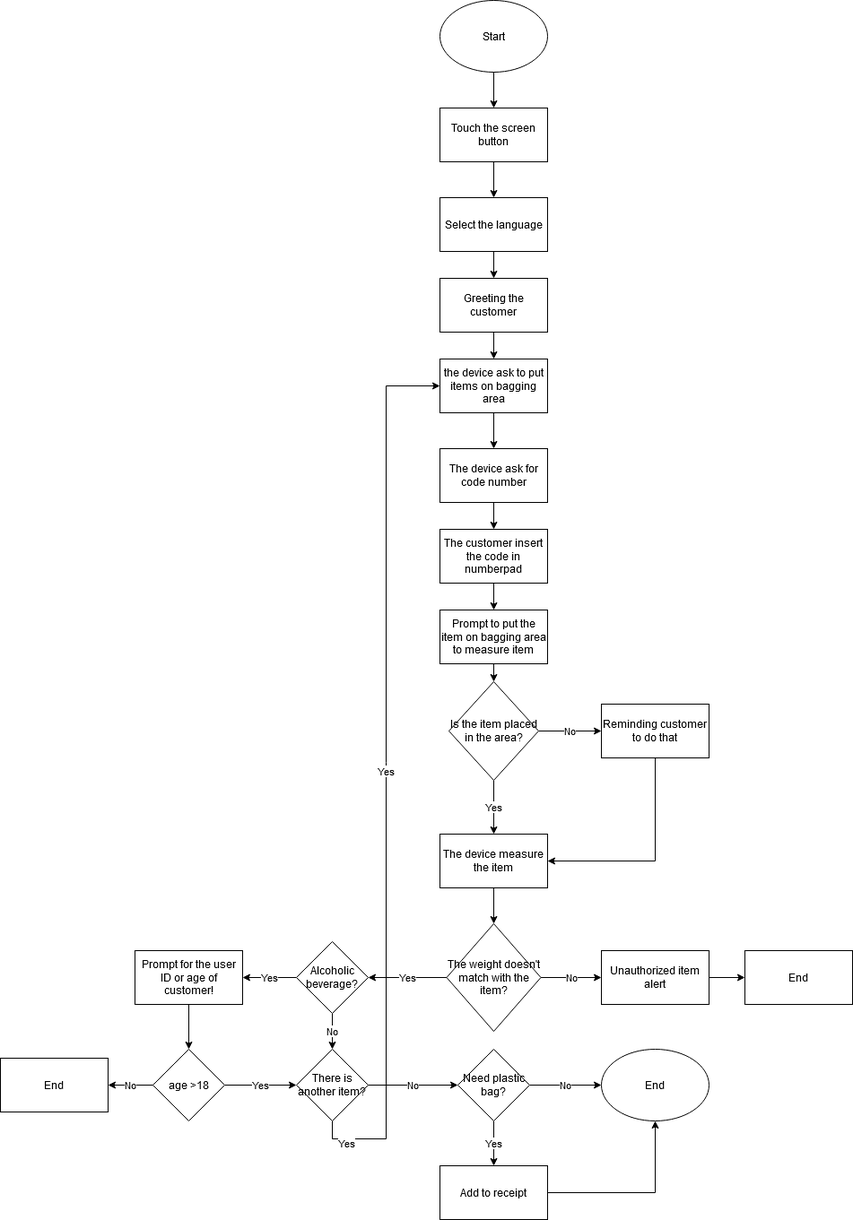
nasimkhd/Flowchart keeps this draw.io diagram as Self_Checkout.png. Above is the earlier version. Source tidied: cells renumbered, new cells last; positions are measured from the earlier drawing's top-left corner, leaving out a move shared by most shapes.
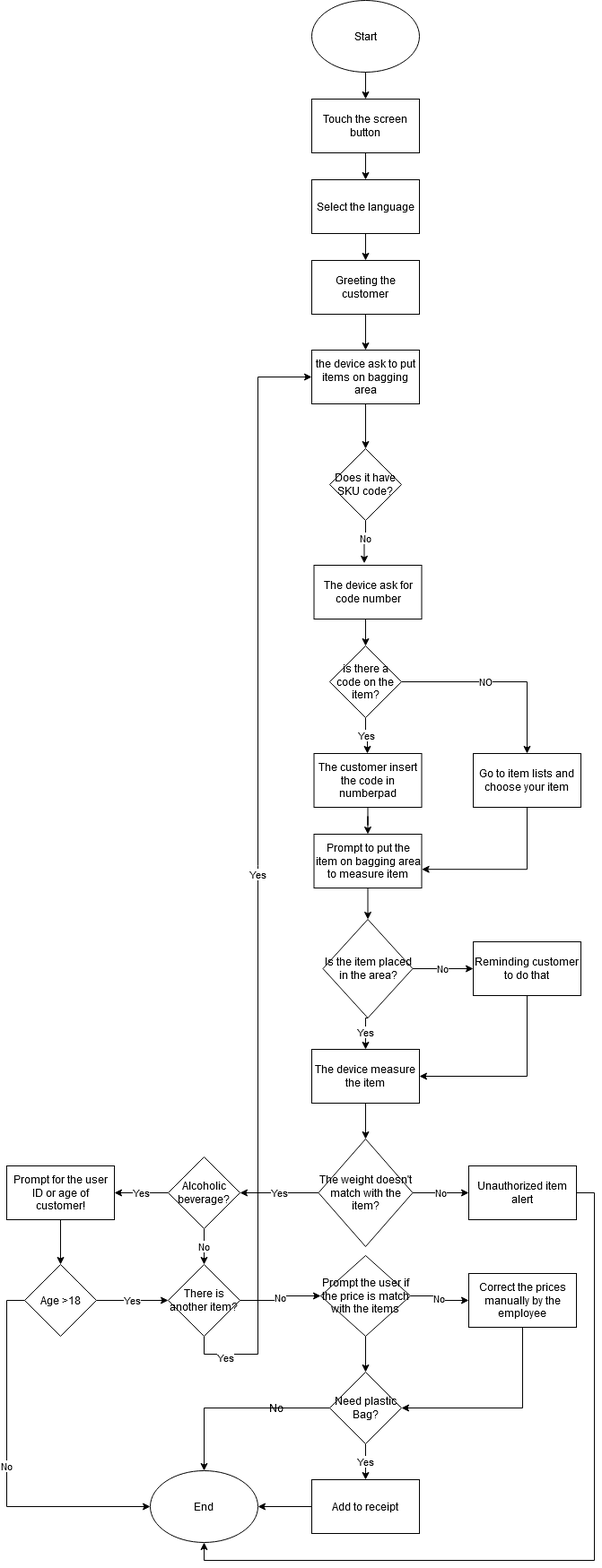
Above is the later version.

Change to the diagram source:
```diff
@@ -3,13 +3,13 @@
     <mxCell id="0" />
     <mxCell id="1" parent="0" />
     <mxCell id="2" value="Start" style="ellipse;whiteSpace=wrap;html=1;" parent="1" vertex="1">
-      <mxGeometry x="490" width="120" height="80" as="geometry" />
+      <mxGeometry x="490" y="-240" width="120" height="80" as="geometry" />
     </mxCell>
     <mxCell id="3" style="edgeStyle=orthogonalEdgeStyle;rounded=0;jettySize=auto;html=1;exitX=0.5;exitY=1;exitDx=0;exitDy=0;" parent="1" edge="1" source="4" target="7">
       <mxGeometry relative="1" as="geometry" />
     </mxCell>
     <mxCell id="4" value="Touch the screen button" style="rounded=0;whiteSpace=wrap;html=1;" parent="1" vertex="1">
-      <mxGeometry x="490" y="120" width="120" height="60" as="geometry" />
+      <mxGeometry x="490" y="-130" width="120" height="60" as="geometry" />
     </mxCell>
     <mxCell id="5" style="endArrow=classic;html=1;exitX=0.5;exitY=1;exitDx=0;exitDy=0;entryX=0.5;entryY=0;entryDx=0;entryDy=0;" parent="1" edge="1" source="2" target="4">
       <mxGeometry relative="1" as="geometry" />
@@ -18,31 +18,31 @@
       <mxGeometry relative="1" as="geometry" />
     </mxCell>
     <mxCell id="7" value="Select the language" style="rounded=0;whiteSpace=wrap;html=1;" parent="1" vertex="1">
-      <mxGeometry x="490" y="220" width="120" height="60" as="geometry" />
+      <mxGeometry x="490" y="-40" width="120" height="60" as="geometry" />
     </mxCell>
     <mxCell id="8" style="edgeStyle=orthogonalEdgeStyle;rounded=0;jettySize=auto;html=1;exitX=0.5;exitY=1;exitDx=0;exitDy=0;" parent="1" edge="1" source="9" target="11">
       <mxGeometry relative="1" as="geometry" />
     </mxCell>
     <mxCell id="9" value="Greeting the customer" style="rounded=0;whiteSpace=wrap;html=1;" parent="1" vertex="1">
-      <mxGeometry x="490" y="310" width="120" height="60" as="geometry" />
+      <mxGeometry x="490" y="50" width="120" height="60" as="geometry" />
     </mxCell>
-    <mxCell id="10" style="edgeStyle=orthogonalEdgeStyle;rounded=0;jettySize=auto;html=1;exitX=0.5;exitY=1;exitDx=0;exitDy=0;" parent="1" edge="1" source="11" target="13">
-      <mxGeometry relative="1" as="geometry" />
-    </mxCell>
+    <mxCell id="50" style="edgeStyle=orthogonalEdgeStyle;rounded=0;jettySize=auto;html=1;exitX=0.5;exitY=1;exitDx=0;exitDy=0;entryX=0.5;entryY=0;entryDx=0;entryDy=0;" parent="1" edge="1" source="11" target="56">
+      <mxGeometry relative="1" as="geometry" />
+    </mxCell>
     <mxCell id="11" value="the device ask to put items on bagging area" style="rounded=0;whiteSpace=wrap;html=1;" parent="1" vertex="1">
-      <mxGeometry x="490" y="400" width="120" height="60" as="geometry" />
+      <mxGeometry x="490" y="150" width="120" height="60" as="geometry" />
     </mxCell>
-    <mxCell id="12" style="edgeStyle=orthogonalEdgeStyle;rounded=0;jettySize=auto;html=1;exitX=0.5;exitY=1;exitDx=0;exitDy=0;" parent="1" edge="1" source="13" target="15">
-      <mxGeometry relative="1" as="geometry" />
-    </mxCell>
+    <mxCell id="51" style="edgeStyle=orthogonalEdgeStyle;rounded=0;jettySize=auto;html=1;exitX=0.5;exitY=1;exitDx=0;exitDy=0;entryX=0.5;entryY=0;entryDx=0;entryDy=0;" parent="1" edge="1" source="13" target="60">
+      <mxGeometry relative="1" as="geometry" />
+    </mxCell>
     <mxCell id="13" value="The device ask for code number " style="rounded=0;whiteSpace=wrap;html=1;" parent="1" vertex="1">
-      <mxGeometry x="490" y="500" width="120" height="60" as="geometry" />
+      <mxGeometry x="492.5" y="390" width="120" height="60" as="geometry" />
     </mxCell>
     <mxCell id="14" style="edgeStyle=orthogonalEdgeStyle;rounded=0;jettySize=auto;html=1;exitX=0.5;exitY=1;exitDx=0;exitDy=0;" parent="1" edge="1" source="15" target="20">
       <mxGeometry relative="1" as="geometry" />
     </mxCell>
     <mxCell id="15" value="The customer insert the code in numberpad" style="rounded=0;whiteSpace=wrap;html=1;" parent="1" vertex="1">
-      <mxGeometry x="490" y="590" width="120" height="60" as="geometry" />
+      <mxGeometry x="492.5" y="600" width="120" height="60" as="geometry" />
     </mxCell>
     <mxCell id="16" value="No" style="edgeStyle=orthogonalEdgeStyle;rounded=0;jettySize=auto;html=1;exitX=1;exitY=0.5;exitDx=0;exitDy=0;entryX=0;entryY=0.5;entryDx=0;entryDy=0;" parent="1" edge="1" source="18" target="22">
       <mxGeometry relative="1" as="geometry" />
@@ -51,19 +51,19 @@
       <mxGeometry relative="1" as="geometry" />
     </mxCell>
     <mxCell id="18" value="Is the item placed in the area?" style="rhombus;whiteSpace=wrap;html=1;" parent="1" vertex="1">
-      <mxGeometry x="500" y="760" width="100" height="110" as="geometry" />
+      <mxGeometry x="502.5" y="785" width="100" height="110" as="geometry" />
     </mxCell>
     <mxCell id="19" style="edgeStyle=orthogonalEdgeStyle;rounded=0;jettySize=auto;html=1;exitX=0.5;exitY=1;exitDx=0;exitDy=0;entryX=0.5;entryY=0;entryDx=0;entryDy=0;" parent="1" edge="1" source="20" target="18">
       <mxGeometry relative="1" as="geometry" />
     </mxCell>
     <mxCell id="20" value="Prompt to put the item on bagging area to measure item" style="rounded=0;whiteSpace=wrap;html=1;" parent="1" vertex="1">
-      <mxGeometry x="490" y="680" width="120" height="60" as="geometry" />
+      <mxGeometry x="492.5" y="690" width="120" height="60" as="geometry" />
     </mxCell>
     <mxCell id="21" style="edgeStyle=orthogonalEdgeStyle;rounded=0;jettySize=auto;html=1;exitX=0.5;exitY=1;exitDx=0;exitDy=0;entryX=1;entryY=0.5;entryDx=0;entryDy=0;" parent="1" edge="1" source="22" target="24">
       <mxGeometry relative="1" as="geometry" />
     </mxCell>
     <mxCell id="22" value="Reminding customer to do that" style="rounded=0;whiteSpace=wrap;html=1;" parent="1" vertex="1">
-      <mxGeometry x="670" y="785" width="120" height="60" as="geometry" />
+      <mxGeometry x="670" y="810" width="120" height="60" as="geometry" />
     </mxCell>
     <mxCell id="23" style="edgeStyle=orthogonalEdgeStyle;rounded=0;jettySize=auto;html=1;exitX=0.5;exitY=1;exitDx=0;exitDy=0;entryX=0.5;entryY=0;entryDx=0;entryDy=0;" parent="1" edge="1" source="24" target="27">
       <mxGeometry relative="1" as="geometry" />
@@ -80,15 +80,12 @@
     <mxCell id="27" value="The weight doesn't match with the item?" style="rhombus;whiteSpace=wrap;html=1;" parent="1" vertex="1">
       <mxGeometry x="497.5" y="1030" width="105" height="120" as="geometry" />
     </mxCell>
-    <mxCell id="28" style="edgeStyle=orthogonalEdgeStyle;rounded=0;jettySize=auto;html=1;exitX=1;exitY=0.5;exitDx=0;exitDy=0;entryX=0;entryY=0.5;entryDx=0;entryDy=0;" parent="1" edge="1" source="29" target="30">
-      <mxGeometry relative="1" as="geometry" />
-    </mxCell>
+    <mxCell id="52" style="edgeStyle=orthogonalEdgeStyle;rounded=0;jettySize=auto;html=1;exitX=1;exitY=0.5;exitDx=0;exitDy=0;entryX=0.5;entryY=1;entryDx=0;entryDy=0;" parent="1" edge="1" source="29" target="44">
+      <mxGeometry relative="1" as="geometry" />
+    </mxCell>
     <mxCell id="29" value="Unauthorized item alert" style="rounded=0;whiteSpace=wrap;html=1;" parent="1" vertex="1">
-      <mxGeometry x="670" y="1060" width="120" height="60" as="geometry" />
+      <mxGeometry x="665" y="1060" width="120" height="60" as="geometry" />
     </mxCell>
-    <mxCell id="30" value="End" style="rounded=0;whiteSpace=wrap;html=1;" parent="1" vertex="1">
-      <mxGeometry x="830" y="1060" width="120" height="60" as="geometry" />
-    </mxCell>
     <mxCell id="31" value="Yes" style="edgeStyle=orthogonalEdgeStyle;rounded=0;jettySize=auto;html=1;exitX=0;exitY=0.5;exitDx=0;exitDy=0;entryX=1;entryY=0.5;entryDx=0;entryDy=0;" parent="1" edge="1" source="33" target="35">
       <mxGeometry relative="1" as="geometry" />
     </mxCell>
@@ -104,39 +101,35 @@
     <mxCell id="35" value="Prompt for the user ID or age of customer!" style="rounded=0;whiteSpace=wrap;html=1;" parent="1" vertex="1">
       <mxGeometry x="150" y="1060" width="120" height="60" as="geometry" />
     </mxCell>
-    <mxCell id="36" value="No" style="edgeStyle=orthogonalEdgeStyle;rounded=0;jettySize=auto;html=1;exitX=0;exitY=0.5;exitDx=0;exitDy=0;entryX=1;entryY=0.5;entryDx=0;entryDy=0;" parent="1" edge="1" source="38" target="39">
+    <mxCell id="36" value="No" style="edgeStyle=orthogonalEdgeStyle;rounded=0;jettySize=auto;html=1;exitX=0;exitY=0.5;exitDx=0;exitDy=0;entryX=0;entryY=0.5;entryDx=0;entryDy=0;" parent="1" edge="1" source="38" target="44">
       <mxGeometry relative="1" as="geometry" />
     </mxCell>
     <mxCell id="37" value="Yes" style="edgeStyle=orthogonalEdgeStyle;rounded=0;jettySize=auto;html=1;exitX=1;exitY=0.5;exitDx=0;exitDy=0;entryX=0;entryY=0.5;entryDx=0;entryDy=0;" parent="1" edge="1" source="38" target="46">
       <mxGeometry relative="1" as="geometry" />
     </mxCell>
-    <mxCell id="38" value="age &amp;gt;18" style="rhombus;whiteSpace=wrap;html=1;" parent="1" vertex="1">
+    <mxCell id="38" value="Age &amp;gt;18" style="rhombus;whiteSpace=wrap;html=1;" parent="1" vertex="1">
       <mxGeometry x="170" y="1170" width="80" height="80" as="geometry" />
     </mxCell>
-    <mxCell id="39" value="End" style="rounded=0;whiteSpace=wrap;html=1;" parent="1" vertex="1">
-      <mxGeometry y="1180" width="120" height="60" as="geometry" />
-    </mxCell>
-    <mxCell id="40" value="Yes" style="edgeStyle=orthogonalEdgeStyle;rounded=0;jettySize=auto;html=1;exitX=0.5;exitY=1;exitDx=0;exitDy=0;" parent="1" edge="1" source="46">
+    <mxCell id="40" value="Yes" style="edgeStyle=orthogonalEdgeStyle;rounded=0;jettySize=auto;html=1;exitX=0.5;exitY=1;exitDx=0;exitDy=0;entryX=0;entryY=0.5;entryDx=0;entryDy=0;" parent="1" edge="1" source="46" target="11">
       <mxGeometry relative="1" as="geometry">
-        <mxPoint x="490" y="430" as="targetPoint" />
         <Array as="points">
           <mxPoint x="370" y="1270" />
           <mxPoint x="430" y="1270" />
-          <mxPoint x="430" y="430" />
+          <mxPoint x="430" y="180" />
         </Array>
       </mxGeometry>
     </mxCell>
     <mxCell id="41" value="Yes" style="edgeLabel;html=1;align=center;verticalAlign=middle;" parent="40" vertex="1">
       <mxGeometry x="-0.93" y="-4" relative="1" as="geometry" />
     </mxCell>
-    <mxCell id="42" style="edgeStyle=orthogonalEdgeStyle;rounded=0;jettySize=auto;html=1;exitX=1;exitY=0.5;exitDx=0;exitDy=0;entryX=0.5;entryY=1;entryDx=0;entryDy=0;" parent="1" edge="1" source="43" target="44">
+    <mxCell id="42" style="edgeStyle=orthogonalEdgeStyle;rounded=0;jettySize=auto;html=1;exitX=0;exitY=0.5;exitDx=0;exitDy=0;entryX=1;entryY=0.5;entryDx=0;entryDy=0;" parent="1" edge="1" source="43" target="44">
       <mxGeometry relative="1" as="geometry" />
     </mxCell>
     <mxCell id="43" value="Add to receipt" style="rounded=0;whiteSpace=wrap;html=1;" parent="1" vertex="1">
-      <mxGeometry x="490" y="1300" width="120" height="60" as="geometry" />
+      <mxGeometry x="490" y="1410" width="120" height="60" as="geometry" />
     </mxCell>
     <mxCell id="44" value="End" style="ellipse;whiteSpace=wrap;html=1;" parent="1" vertex="1">
-      <mxGeometry x="670" y="1170" width="120" height="80" as="geometry" />
+      <mxGeometry x="310" y="1400" width="120" height="80" as="geometry" />
     </mxCell>
     <mxCell id="45" value="No" style="edgeStyle=orthogonalEdgeStyle;rounded=0;jettySize=auto;html=1;exitX=1;exitY=0.5;exitDx=0;exitDy=0;entryX=0;entryY=0.5;entryDx=0;entryDy=0;" parent="1" edge="1" source="46" target="49">
       <mxGeometry relative="1" as="geometry" />
@@ -144,14 +137,64 @@
     <mxCell id="46" value="There is another item?" style="rhombus;whiteSpace=wrap;html=1;" parent="1" vertex="1">
       <mxGeometry x="330" y="1170" width="80" height="80" as="geometry" />
     </mxCell>
+    <mxCell id="48" value="No" style="edgeStyle=orthogonalEdgeStyle;rounded=0;jettySize=auto;html=1;exitX=1;exitY=0.5;exitDx=0;exitDy=0;entryX=0;entryY=0.5;entryDx=0;entryDy=0;" parent="1" edge="1" source="49" target="64">
+      <mxGeometry relative="1" as="geometry" />
+    </mxCell>
+    <mxCell id="53" style="edgeStyle=orthogonalEdgeStyle;rounded=0;jettySize=auto;html=1;exitX=0.5;exitY=1;exitDx=0;exitDy=0;" parent="1" edge="1" source="49" target="66">
+      <mxGeometry relative="1" as="geometry" />
+    </mxCell>
+    <mxCell id="49" value="Prompt the user if the price is match with the items" style="rhombus;whiteSpace=wrap;html=1;" parent="1" vertex="1">
+      <mxGeometry x="500" y="1160" width="100" height="90" as="geometry" />
+    </mxCell>
+    <mxCell id="54" style="edgeStyle=orthogonalEdgeStyle;rounded=0;jettySize=auto;html=1;exitX=0.5;exitY=1;exitDx=0;exitDy=0;entryX=0.467;entryY=-0.036;entryDx=0;entryDy=0;entryPerimeter=0;" parent="1" edge="1" source="56" target="13">
+      <mxGeometry relative="1" as="geometry" />
+    </mxCell>
+    <mxCell id="55" value="No" style="edgeLabel;html=1;align=center;verticalAlign=middle;" parent="54" vertex="1">
+      <mxGeometry x="-0.22" relative="1" as="geometry" />
+    </mxCell>
+    <mxCell id="56" value="Does it have SKU code?" style="rhombus;whiteSpace=wrap;html=1;" parent="1" vertex="1">
+      <mxGeometry x="510" y="260" width="80" height="80" as="geometry" />
+    </mxCell>
+    <mxCell id="57" value="Yes" style="edgeStyle=orthogonalEdgeStyle;rounded=0;jettySize=auto;html=1;exitX=0.5;exitY=1;exitDx=0;exitDy=0;" parent="1" edge="1" source="60" target="15">
+      <mxGeometry relative="1" as="geometry">
+        <Array as="points">
+          <mxPoint x="550" y="580" />
+          <mxPoint x="552" y="580" />
+        </Array>
+      </mxGeometry>
+    </mxCell>
+    <mxCell id="58" style="edgeStyle=orthogonalEdgeStyle;rounded=0;jettySize=auto;html=1;exitX=1;exitY=0.5;exitDx=0;exitDy=0;" parent="1" edge="1" source="60" target="62">
+      <mxGeometry relative="1" as="geometry" />
+    </mxCell>
+    <mxCell id="59" value="NO" style="edgeLabel;html=1;align=center;verticalAlign=middle;" parent="58" vertex="1">
+      <mxGeometry x="-0.15" relative="1" as="geometry" />
+    </mxCell>
+    <mxCell id="60" value="is there a code on the item?" style="rhombus;whiteSpace=wrap;html=1;" parent="1" vertex="1">
+      <mxGeometry x="510" y="480" width="80" height="80" as="geometry" />
+    </mxCell>
+    <mxCell id="61" style="edgeStyle=orthogonalEdgeStyle;rounded=0;jettySize=auto;html=1;exitX=0.5;exitY=1;exitDx=0;exitDy=0;entryX=1.001;entryY=0.653;entryDx=0;entryDy=0;entryPerimeter=0;" parent="1" edge="1" source="62" target="20">
+      <mxGeometry relative="1" as="geometry" />
+    </mxCell>
+    <mxCell id="62" value="Go to item lists and choose your item" style="rounded=0;whiteSpace=wrap;html=1;" parent="1" vertex="1">
+      <mxGeometry x="670" y="600" width="120" height="60" as="geometry" />
+    </mxCell>
+    <mxCell id="63" style="edgeStyle=orthogonalEdgeStyle;rounded=0;jettySize=auto;html=1;exitX=0.5;exitY=1;exitDx=0;exitDy=0;entryX=1;entryY=0.5;entryDx=0;entryDy=0;" parent="1" edge="1" source="64" target="66">
+      <mxGeometry relative="1" as="geometry" />
+    </mxCell>
+    <mxCell id="64" value="Correct the prices manually by the employee" style="rounded=0;whiteSpace=wrap;html=1;" parent="1" vertex="1">
+      <mxGeometry x="665" y="1180" width="120" height="60" as="geometry" />
+    </mxCell>
-    <mxCell id="47" value="Yes" style="edgeStyle=orthogonalEdgeStyle;rounded=0;jettySize=auto;html=1;exitX=0.5;exitY=1;exitDx=0;exitDy=0;entryX=0.5;entryY=0;entryDx=0;entryDy=0;" parent="1" edge="1" source="49" target="43">
+    <mxCell id="47" value="Yes" style="edgeStyle=orthogonalEdgeStyle;rounded=0;jettySize=auto;html=1;exitX=0.5;exitY=1;exitDx=0;exitDy=0;entryX=0.5;entryY=0;entryDx=0;entryDy=0;" parent="1" edge="1" source="66" target="43">
       <mxGeometry relative="1" as="geometry" />
     </mxCell>
-    <mxCell id="48" value="No" style="edgeStyle=orthogonalEdgeStyle;rounded=0;jettySize=auto;html=1;exitX=1;exitY=0.5;exitDx=0;exitDy=0;entryX=0;entryY=0.5;entryDx=0;entryDy=0;" parent="1" edge="1" source="49" target="44">
-      <mxGeometry relative="1" as="geometry" />
-    </mxCell>
-    <mxCell id="49" value="Need plastic bag?" style="rhombus;whiteSpace=wrap;html=1;" parent="1" vertex="1">
-      <mxGeometry x="510" y="1170" width="80" height="80" as="geometry" />
-    </mxCell>
+    <mxCell id="65" style="edgeStyle=orthogonalEdgeStyle;rounded=0;jettySize=auto;html=1;exitX=0;exitY=0.5;exitDx=0;exitDy=0;" parent="1" edge="1" source="66" target="44">
+      <mxGeometry relative="1" as="geometry" />
+    </mxCell>
+    <mxCell id="66" value="Need plastic Bag?" style="rhombus;whiteSpace=wrap;html=1;" parent="1" vertex="1">
+      <mxGeometry x="510" y="1290" width="80" height="80" as="geometry" />
+    </mxCell>
+    <mxCell id="67" value="No" style="text;html=1;align=center;verticalAlign=middle;" parent="1" vertex="1">
+      <mxGeometry x="435" y="1320" width="30" height="20" as="geometry" />
+    </mxCell>
   </root>
 </mxGraphModel>
```
